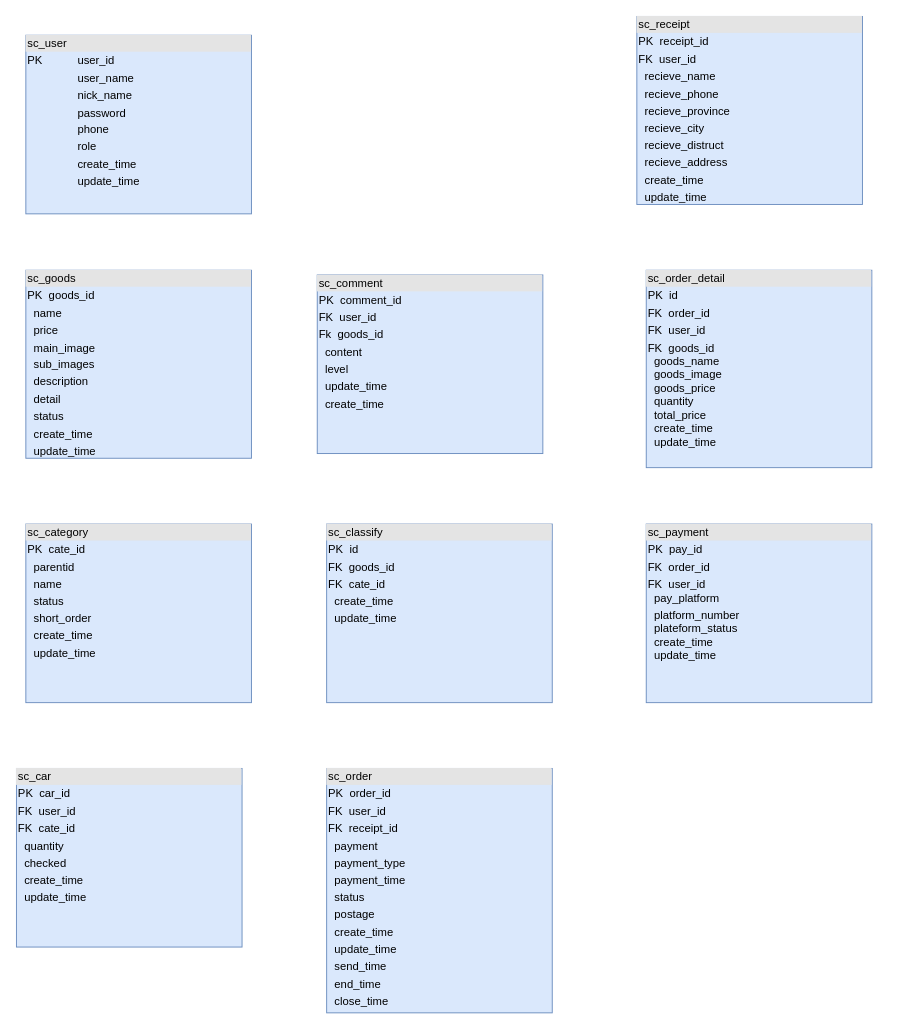
Above: 未命名绘图.drawio in hnistzzm/- (draw.io), before the change. Source tidied: cells renumbered, new cells numbered last; positions are measured from the earlier drawing's top-left corner, leaving out a move shared by most shapes. Both pictures are drawn from the tidied source at 94%, with x=0, y=0 at pixel (16, 16).
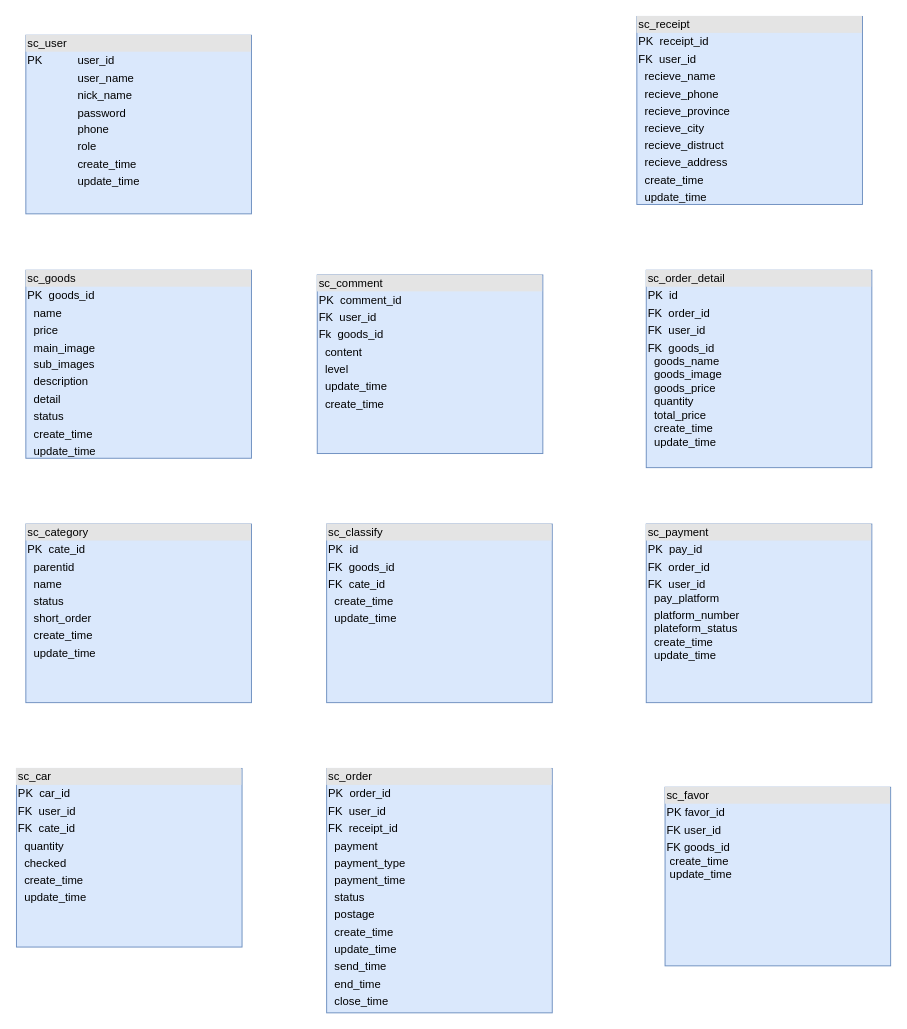
Above is the later version.

Commit message:
更新未命名绘图.drawio

Diff of the diagram source:
```diff
@@
+    <mxCell id="12" value="&lt;div style=&quot;box-sizing:border-box;width:100%;background:#e4e4e4;padding:2px;&quot;&gt;sc_favor&lt;/div&gt;&lt;table style=&quot;width:100%;font-size:1em;&quot; cellpadding=&quot;2&quot; cellspacing=&quot;0&quot;&gt;&lt;tbody&gt;&lt;tr&gt;&lt;td&gt;PK&lt;span style=&quot;white-space: pre;&quot;&gt; &lt;/span&gt;favor_id&lt;/td&gt;&lt;td&gt;&lt;br&gt;&lt;/td&gt;&lt;/tr&gt;&lt;tr&gt;&lt;td&gt;FK&lt;span style=&quot;white-space: pre;&quot;&gt; &lt;/span&gt;user_id&lt;/td&gt;&lt;td&gt;&lt;br&gt;&lt;/td&gt;&lt;/tr&gt;&lt;tr&gt;&lt;td&gt;FK&lt;span style=&quot;white-space: pre;&quot;&gt; &lt;/span&gt;goods_id&lt;br&gt;&lt;span style=&quot;white-space: pre;&quot;&gt;&lt;span style=&quot;white-space: pre;&quot;&gt; &lt;/span&gt;create_time&lt;br/&gt;&lt;span style=&quot;white-space: pre;&quot;&gt; &lt;/span&gt;update_time &lt;/span&gt;&lt;br&gt;&lt;/td&gt;&lt;td&gt;&lt;br&gt;&lt;/td&gt;&lt;/tr&gt;&lt;tr&gt;&lt;td&gt;&lt;/td&gt;&lt;td&gt;&lt;br&gt;&lt;/td&gt;&lt;/tr&gt;&lt;tr&gt;&lt;td&gt;&lt;br&gt;&lt;/td&gt;&lt;td&gt;&lt;br&gt;&lt;/td&gt;&lt;/tr&gt;&lt;tr&gt;&lt;td&gt;&lt;br&gt;&lt;/td&gt;&lt;td&gt;&lt;br&gt;&lt;/td&gt;&lt;/tr&gt;&lt;tr&gt;&lt;td&gt;&lt;br&gt;&lt;/td&gt;&lt;td&gt;&lt;br&gt;&lt;/td&gt;&lt;/tr&gt;&lt;tr&gt;&lt;td&gt;&lt;br&gt;&lt;/td&gt;&lt;td&gt;&lt;br&gt;&lt;/td&gt;&lt;/tr&gt;&lt;tr&gt;&lt;td&gt;&lt;br&gt;&lt;/td&gt;&lt;td&gt;&lt;br&gt;&lt;/td&gt;&lt;/tr&gt;&lt;/tbody&gt;&lt;/table&gt;" style="verticalAlign=top;align=left;overflow=fill;html=1;fillColor=#dae8fc;strokeColor=#6c8ebf;" parent="1" vertex="1">
+      <mxGeometry x="690" y="820" width="240" height="190" as="geometry" />
+    </mxCell>
```
